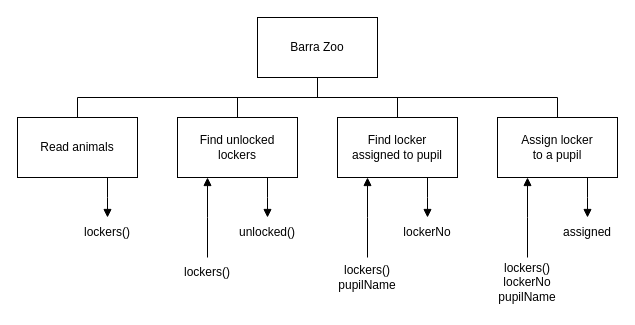
Before: page "sd" (7 of 8) of ah-cs/sdd/AH-SDD-Animals/assets/diagrams/AH-SDD-Animals.drawio in MrFriendCS/MrFriendCS.github.io, a draw.io diagram. Source tidied: cells renumbered, new cells numbered last; positions are measured from the earlier drawing's top-left corner, leaving out a move shared by most shapes. Both pictures are drawn from the tidied source at 100%, with x=0, y=0 at pixel (17, 17).
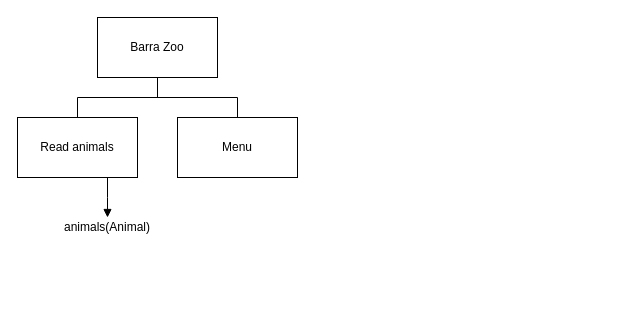
The same page after the edit.

Unchanged cells that the change refers to:
```xml
<mxCell id="6" value="Read animals" style="rounded=0;whiteSpace=wrap;html=1;fillColor=none;" parent="1" vertex="1">
  <mxGeometry y="100" width="120" height="60" as="geometry" />
</mxCell>
```

Diff of the diagram source:
```diff
@@
     <mxCell id="2" style="edgeStyle=orthogonalEdgeStyle;rounded=0;jettySize=auto;html=1;exitX=0.5;exitY=1;exitDx=0;exitDy=0;endArrow=none;endFill=0;" parent="1" edge="1" source="3">
       <mxGeometry relative="1" as="geometry">
-        <mxPoint x="300" y="80" as="targetPoint" />
+        <mxPoint x="140" y="80" as="targetPoint" />
       </mxGeometry>
     </mxCell>
     <mxCell id="3" value="Barra Zoo" style="rounded=0;whiteSpace=wrap;html=1;fillColor=none;" parent="1" vertex="1">
-      <mxGeometry x="240" width="120" height="60" as="geometry" />
+      <mxGeometry x="80" width="120" height="60" as="geometry" />
     </mxCell>
-    <mxCell id="4" style="edgeStyle=orthogonalEdgeStyle;rounded=0;jettySize=auto;html=1;exitX=0.75;exitY=1;exitDx=0;exitDy=0;endArrow=block;endFill=1;" parent="1" edge="1" source="6">
-      <mxGeometry relative="1" as="geometry">
-        <mxPoint x="90" y="200" as="targetPoint" />
-      </mxGeometry>
-    </mxCell>
@@
+    <mxCell id="27" style="edgeStyle=orthogonalEdgeStyle;rounded=0;jettySize=auto;html=1;exitX=0.75;exitY=1;exitDx=0;exitDy=0;startArrow=none;startFill=0;endArrow=block;endFill=1;" parent="1" edge="1" source="6">
+      <mxGeometry relative="1" as="geometry">
+        <mxPoint x="90" y="200" as="targetPoint" />
+      </mxGeometry>
+    </mxCell>
@@
-    <mxCell id="7" value="lockers()" style="text;html=1;align=center;verticalAlign=middle;whiteSpace=wrap;rounded=0;" parent="1" vertex="1">
-      <mxGeometry x="60" y="200" width="60" height="30" as="geometry" />
-    </mxCell>
-    <mxCell id="8" style="edgeStyle=orthogonalEdgeStyle;rounded=0;jettySize=auto;html=1;exitX=0.75;exitY=1;exitDx=0;exitDy=0;endArrow=block;endFill=1;" parent="1" edge="1" source="11">
-      <mxGeometry relative="1" as="geometry">
-        <mxPoint x="250" y="200" as="targetPoint" />
-      </mxGeometry>
-    </mxCell>
-    <mxCell id="9" style="edgeStyle=orthogonalEdgeStyle;rounded=0;jettySize=auto;html=1;exitX=0.25;exitY=1;exitDx=0;exitDy=0;endArrow=none;endFill=0;startArrow=block;startFill=1;" parent="1" edge="1" source="11">
-      <mxGeometry relative="1" as="geometry">
-        <mxPoint x="190" y="240" as="targetPoint" />
-      </mxGeometry>
-    </mxCell>
@@
-    <mxCell id="11" value="Find unlocked&lt;div&gt;lockers&lt;/div&gt;" style="rounded=0;whiteSpace=wrap;html=1;fillColor=none;" parent="1" vertex="1">
+    <mxCell id="11" value="Menu" style="rounded=0;whiteSpace=wrap;html=1;fillColor=none;" parent="1" vertex="1">
       <mxGeometry x="160" y="100" width="120" height="60" as="geometry" />
     </mxCell>
-    <mxCell id="12" value="unlocked()" style="text;html=1;align=center;verticalAlign=middle;whiteSpace=wrap;rounded=0;" parent="1" vertex="1">
-      <mxGeometry x="220" y="200" width="60" height="30" as="geometry" />
-    </mxCell>
-    <mxCell id="13" value="lockers()" style="text;html=1;align=center;verticalAlign=middle;whiteSpace=wrap;rounded=0;" parent="1" vertex="1">
-      <mxGeometry x="160" y="240" width="60" height="30" as="geometry" />
-    </mxCell>
-    <mxCell id="14" style="edgeStyle=orthogonalEdgeStyle;rounded=0;jettySize=auto;html=1;exitX=0.25;exitY=1;exitDx=0;exitDy=0;endArrow=none;endFill=0;startArrow=block;startFill=1;" parent="1" edge="1" source="17">
-      <mxGeometry relative="1" as="geometry">
-        <mxPoint x="350" y="240" as="targetPoint" />
-      </mxGeometry>
-    </mxCell>
-    <mxCell id="15" style="edgeStyle=orthogonalEdgeStyle;rounded=0;jettySize=auto;html=1;exitX=0.75;exitY=1;exitDx=0;exitDy=0;endArrow=block;endFill=1;" parent="1" edge="1" source="17">
-      <mxGeometry relative="1" as="geometry">
-        <mxPoint x="410" y="200" as="targetPoint" />
-      </mxGeometry>
-    </mxCell>
-    <mxCell id="16" style="edgeStyle=orthogonalEdgeStyle;shape=connector;rounded=0;jettySize=auto;html=1;exitX=0.5;exitY=0;exitDx=0;exitDy=0;strokeColor=default;align=center;verticalAlign=middle;fontFamily=Helvetica;fontSize=11;fontColor=default;labelBackgroundColor=default;endArrow=none;endFill=0;" parent="1" edge="1" source="17">
-      <mxGeometry relative="1" as="geometry">
-        <mxPoint x="380" y="80" as="targetPoint" />
-      </mxGeometry>
-    </mxCell>
-    <mxCell id="17" value="Find locker&lt;div&gt;assigned to pupil&lt;/div&gt;" style="rounded=0;whiteSpace=wrap;html=1;fillColor=none;" parent="1" vertex="1">
-      <mxGeometry x="320" y="100" width="120" height="60" as="geometry" />
-    </mxCell>
-    <mxCell id="18" value="lockerNo" style="text;html=1;align=center;verticalAlign=middle;whiteSpace=wrap;rounded=0;" parent="1" vertex="1">
-      <mxGeometry x="380" y="200" width="60" height="30" as="geometry" />
-    </mxCell>
-    <mxCell id="19" value="lockers()&lt;div&gt;pupilName&lt;/div&gt;" style="text;html=1;align=center;verticalAlign=middle;whiteSpace=wrap;rounded=0;" parent="1" vertex="1">
-      <mxGeometry x="320" y="240" width="60" height="40" as="geometry" />
-    </mxCell>
-    <mxCell id="20" style="edgeStyle=orthogonalEdgeStyle;rounded=0;jettySize=auto;html=1;exitX=0.25;exitY=1;exitDx=0;exitDy=0;endArrow=none;endFill=0;startArrow=block;startFill=1;" parent="1" edge="1" source="23">
-      <mxGeometry relative="1" as="geometry">
-        <mxPoint x="510" y="240" as="targetPoint" />
-      </mxGeometry>
-    </mxCell>
-    <mxCell id="21" style="edgeStyle=orthogonalEdgeStyle;rounded=0;jettySize=auto;html=1;exitX=0.75;exitY=1;exitDx=0;exitDy=0;endArrow=block;endFill=1;" parent="1" edge="1" source="23">
-      <mxGeometry relative="1" as="geometry">
-        <mxPoint x="570" y="200" as="targetPoint" />
-      </mxGeometry>
-    </mxCell>
-    <mxCell id="22" style="edgeStyle=orthogonalEdgeStyle;shape=connector;rounded=0;jettySize=auto;html=1;exitX=0.5;exitY=0;exitDx=0;exitDy=0;strokeColor=default;align=center;verticalAlign=middle;fontFamily=Helvetica;fontSize=11;fontColor=default;labelBackgroundColor=default;endArrow=none;endFill=0;" parent="1" edge="1" source="23">
-      <mxGeometry relative="1" as="geometry">
-        <mxPoint x="540" y="80" as="targetPoint" />
-      </mxGeometry>
-    </mxCell>
-    <mxCell id="23" value="Assign locker&lt;div&gt;to a pupil&lt;/div&gt;" style="rounded=0;whiteSpace=wrap;html=1;fillColor=none;" parent="1" vertex="1">
-      <mxGeometry x="480" y="100" width="120" height="60" as="geometry" />
-    </mxCell>
-    <mxCell id="24" value="assigned" style="text;html=1;align=center;verticalAlign=middle;whiteSpace=wrap;rounded=0;" parent="1" vertex="1">
-      <mxGeometry x="540" y="200" width="60" height="30" as="geometry" />
-    </mxCell>
-    <mxCell id="25" value="lockers()&lt;div&gt;lockerNo&lt;/div&gt;&lt;div&gt;pupilName&lt;/div&gt;" style="text;html=1;align=center;verticalAlign=middle;whiteSpace=wrap;rounded=0;" parent="1" vertex="1">
-      <mxGeometry x="480" y="240" width="60" height="50" as="geometry" />
-    </mxCell>
     <mxCell id="26" style="endArrow=none;html=1;rounded=0;" parent="1" edge="1">
       <mxGeometry relative="1" as="geometry">
         <mxPoint x="60" y="80" as="sourcePoint" />
-        <mxPoint x="540" y="80" as="targetPoint" />
+        <mxPoint x="220" y="80" as="targetPoint" />
       </mxGeometry>
     </mxCell>
+    <mxCell id="28" value="animals(Animal)" style="text;html=1;whiteSpace=wrap;strokeColor=none;fillColor=none;align=center;verticalAlign=middle;rounded=0;" parent="1" vertex="1">
+      <mxGeometry x="40" y="200" width="100" height="20" as="geometry" />
+    </mxCell>
```
